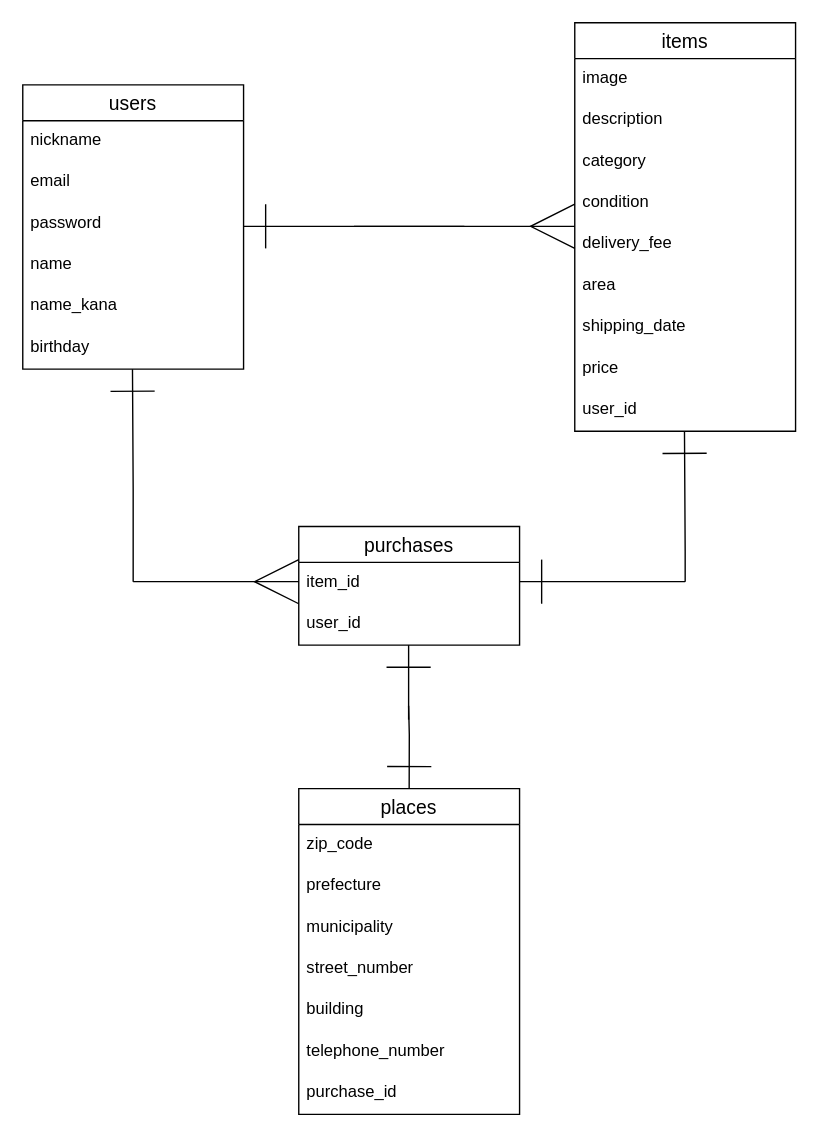
Before: ER.dio in Aocky/furima-34297, a draw.io diagram. Source tidied: cells renumbered, new cells numbered last; positions are measured from the earlier drawing's top-left corner, leaving out a move shared by most shapes. Both pictures are drawn from the tidied source at 138%, with x=0, y=0 at pixel (22, 22).
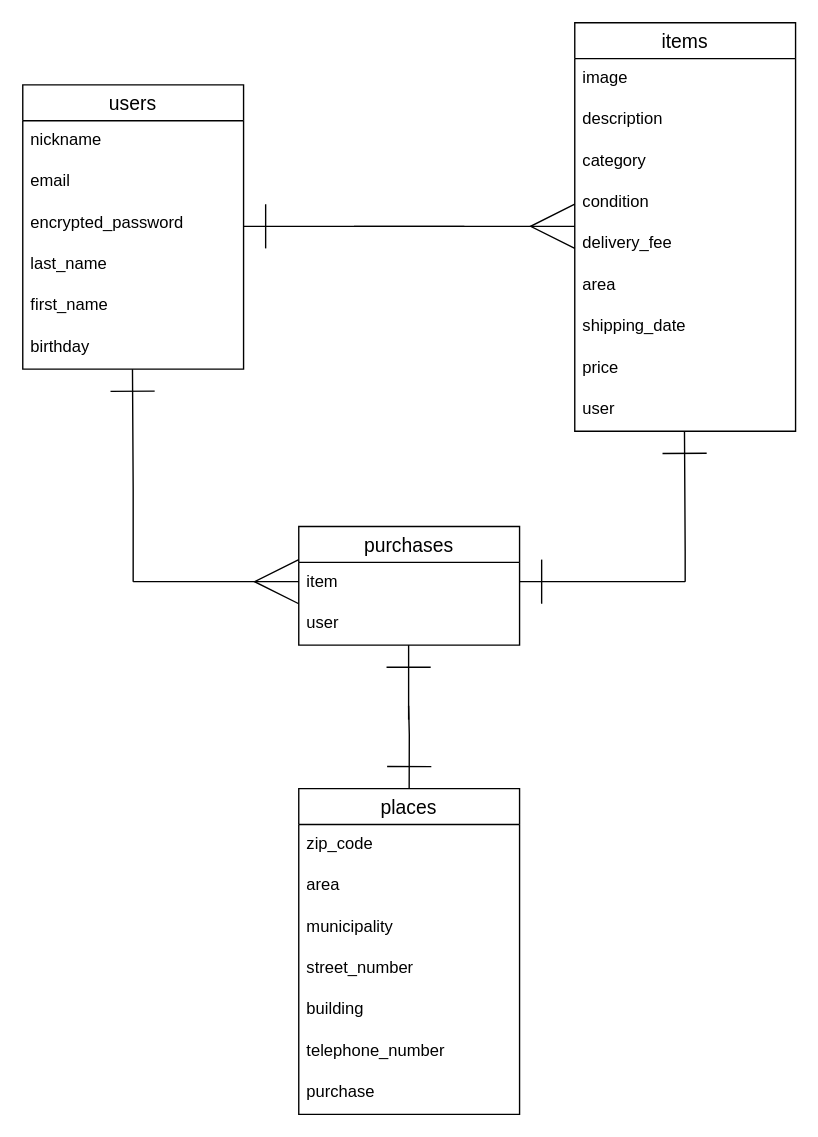
After the change.

Unchanged cells that the change refers to:
```xml
<mxCell id="2" value="users" style="swimlane;fontStyle=0;horizontal=1;startSize=26;align=center;fontSize=14;labelBackgroundColor=none;" parent="1" vertex="1">
  <mxGeometry y="45" width="160" height="206" as="geometry" />
</mxCell>
<mxCell id="9" value="items" style="swimlane;fontStyle=0;horizontal=1;startSize=26;align=center;fontSize=14;" parent="1" vertex="1">
  <mxGeometry x="400" width="160" height="296" as="geometry" />
</mxCell>
<mxCell id="19" value="purchases" style="swimlane;fontStyle=0;horizontal=1;startSize=26;align=center;fontSize=14;" parent="1" vertex="1">
  <mxGeometry x="200" y="365" width="160" height="86" as="geometry" />
</mxCell>
<mxCell id="22" value="places" style="swimlane;fontStyle=0;horizontal=1;startSize=26;align=center;fontSize=14;" parent="1" vertex="1">
  <mxGeometry x="200" y="555" width="160" height="236" as="geometry" />
</mxCell>
```

What changed in the source:
```diff
@@
-    <mxCell id="5" value="password" style="text;strokeColor=none;fillColor=none;spacingLeft=4;spacingRight=4;overflow=hidden;fontSize=12;" parent="2" vertex="1">
+    <mxCell id="5" value="encrypted_password" style="text;strokeColor=none;fillColor=none;spacingLeft=4;spacingRight=4;overflow=hidden;fontSize=12;" parent="2" vertex="1">
       <mxGeometry y="86" width="160" height="30" as="geometry" />
     </mxCell>
-    <mxCell id="6" value="name" style="text;strokeColor=none;fillColor=none;spacingLeft=4;spacingRight=4;overflow=hidden;fontSize=12;" parent="2" vertex="1">
+    <mxCell id="6" value="last_name" style="text;strokeColor=none;fillColor=none;spacingLeft=4;spacingRight=4;overflow=hidden;fontSize=12;" parent="2" vertex="1">
       <mxGeometry y="116" width="160" height="30" as="geometry" />
     </mxCell>
-    <mxCell id="7" value="name_kana" style="text;strokeColor=none;fillColor=none;spacingLeft=4;spacingRight=4;overflow=hidden;fontSize=12;labelBackgroundColor=none;align=left;" parent="2" vertex="1">
+    <mxCell id="7" value="first_name" style="text;strokeColor=none;fillColor=none;spacingLeft=4;spacingRight=4;overflow=hidden;fontSize=12;labelBackgroundColor=none;align=left;" parent="2" vertex="1">
       <mxGeometry y="146" width="160" height="30" as="geometry" />
     </mxCell>
@@
-    <mxCell id="18" value="user_id" style="text;strokeColor=none;fillColor=none;spacingLeft=4;spacingRight=4;overflow=hidden;fontSize=12;" parent="9" vertex="1">
+    <mxCell id="18" value="user" style="text;strokeColor=none;fillColor=none;spacingLeft=4;spacingRight=4;overflow=hidden;fontSize=12;" parent="9" vertex="1">
       <mxGeometry y="266" width="160" height="30" as="geometry" />
     </mxCell>
@@
-    <mxCell id="20" value="item_id" style="text;strokeColor=none;fillColor=none;spacingLeft=4;spacingRight=4;overflow=hidden;fontSize=12;" parent="19" vertex="1">
+    <mxCell id="20" value="item" style="text;strokeColor=none;fillColor=none;spacingLeft=4;spacingRight=4;overflow=hidden;fontSize=12;" parent="19" vertex="1">
       <mxGeometry y="26" width="160" height="30" as="geometry" />
     </mxCell>
-    <mxCell id="21" value="user_id" style="text;strokeColor=none;fillColor=none;spacingLeft=4;spacingRight=4;overflow=hidden;fontSize=12;" parent="19" vertex="1">
+    <mxCell id="21" value="user" style="text;strokeColor=none;fillColor=none;spacingLeft=4;spacingRight=4;overflow=hidden;fontSize=12;" parent="19" vertex="1">
       <mxGeometry y="56" width="160" height="30" as="geometry" />
     </mxCell>
@@
-    <mxCell id="24" value="prefecture" style="text;strokeColor=none;fillColor=none;spacingLeft=4;spacingRight=4;overflow=hidden;fontSize=12;" parent="22" vertex="1">
+    <mxCell id="24" value="area" style="text;strokeColor=none;fillColor=none;spacingLeft=4;spacingRight=4;overflow=hidden;fontSize=12;" parent="22" vertex="1">
       <mxGeometry y="56" width="160" height="30" as="geometry" />
     </mxCell>
@@
-    <mxCell id="29" value="purchase_id" style="text;strokeColor=none;fillColor=none;spacingLeft=4;spacingRight=4;overflow=hidden;fontSize=12;" parent="22" vertex="1">
+    <mxCell id="29" value="purchase" style="text;strokeColor=none;fillColor=none;spacingLeft=4;spacingRight=4;overflow=hidden;fontSize=12;" parent="22" vertex="1">
       <mxGeometry y="206" width="160" height="30" as="geometry" />
     </mxCell>
```
